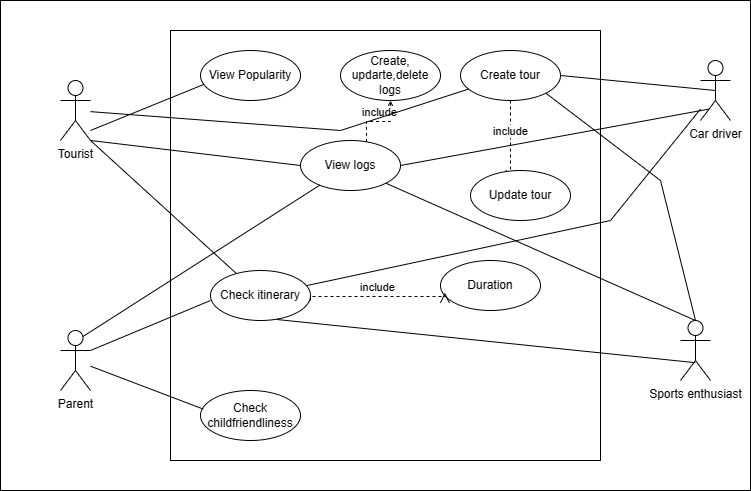
Before: docs/Usecase_diagram.png, a diagram exported from draw.io (JosipDomazetDev/TourPlanner). Source tidied: cells renumbered, new cells last; positions are measured from the earlier drawing's top-left corner, leaving out a move shared by most shapes.
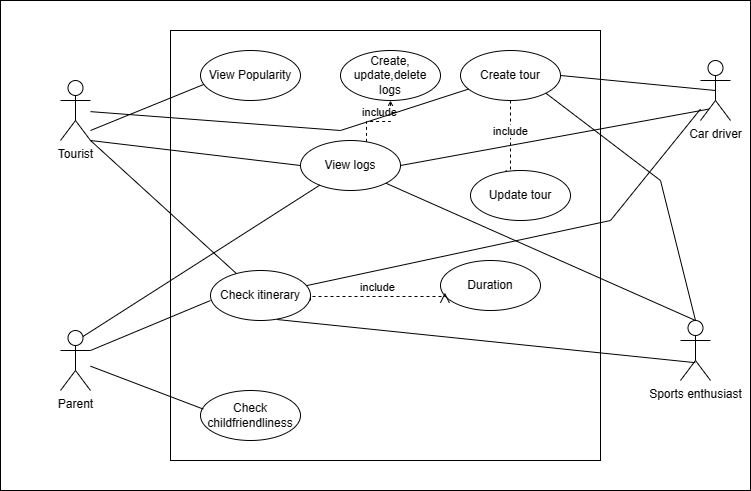
Above is the later version.

Diff of the diagram source:
```diff
@@ -56,7 +56,7 @@
     <mxCell id="17" value="View logs" style="ellipse;whiteSpace=wrap;html=1;" parent="1" vertex="1">
       <mxGeometry x="300" y="140" width="100" height="50" as="geometry" />
     </mxCell>
-    <mxCell id="18" value="Create, updarte,delete logs" style="ellipse;whiteSpace=wrap;html=1;" parent="1" vertex="1">
+    <mxCell id="18" value="Create, update,delete logs" style="ellipse;whiteSpace=wrap;html=1;" parent="1" vertex="1">
       <mxGeometry x="340" y="50" width="100" height="50" as="geometry" />
     </mxCell>
     <mxCell id="19" value="include" style="html=1;verticalAlign=bottom;endArrow=open;dashed=1;endSize=8;edgeStyle=elbowEdgeStyle;elbow=vertical;curved=0;rounded=0;exitX=0.66;exitY=0.028;exitDx=0;exitDy=0;exitPerimeter=0;" parent="1" edge="1" source="17" target="18">
```
